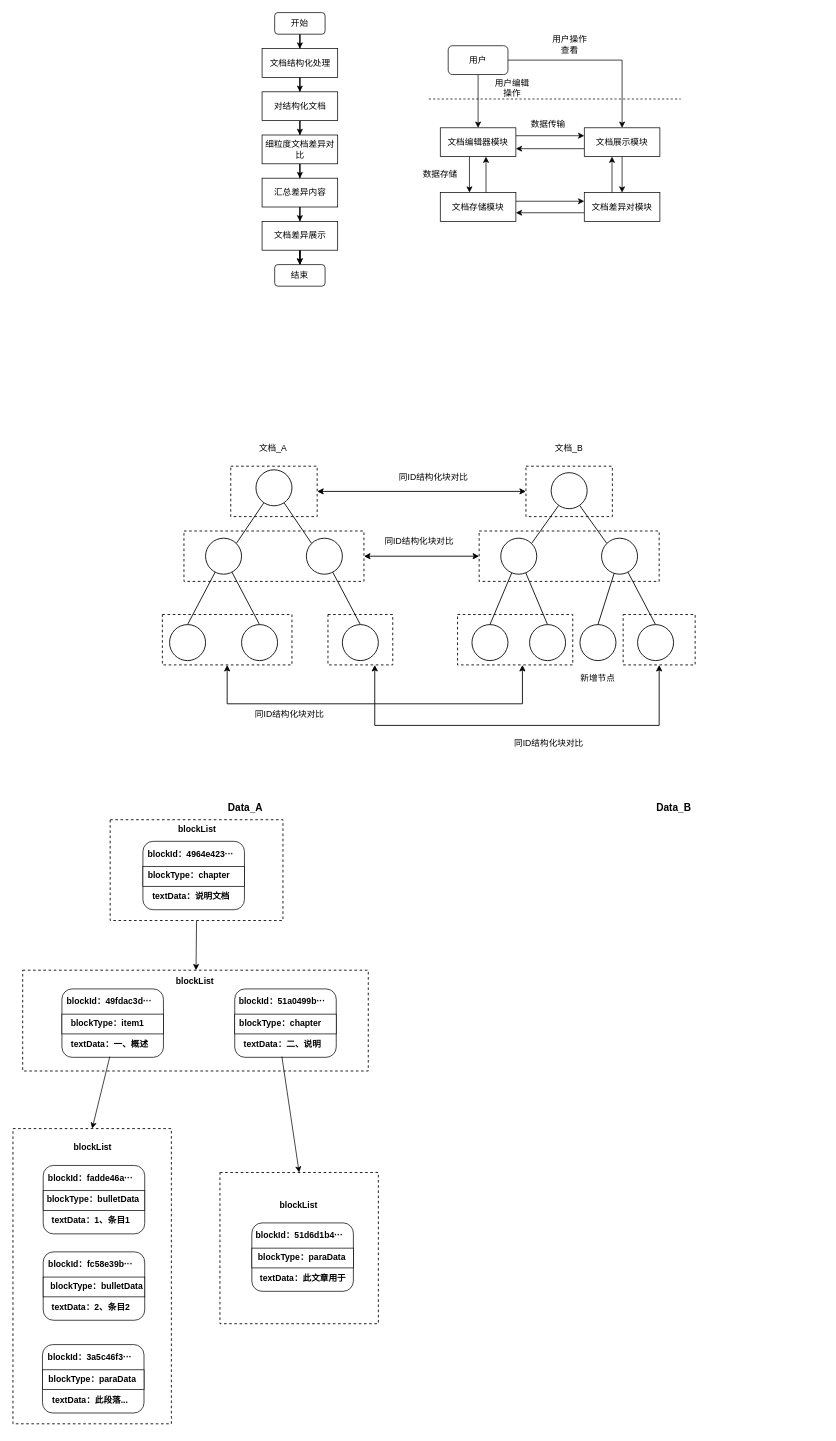
Above: 专利/文档对比专利.drawio in DemonHan/KuickBuy (draw.io), before the change. Source tidied: cells renumbered, new cells numbered last; positions are measured from the earlier drawing's top-left corner, leaving out a move shared by most shapes. Both pictures are drawn from the tidied source at 72%, with x=0, y=0 at pixel (12, 12).
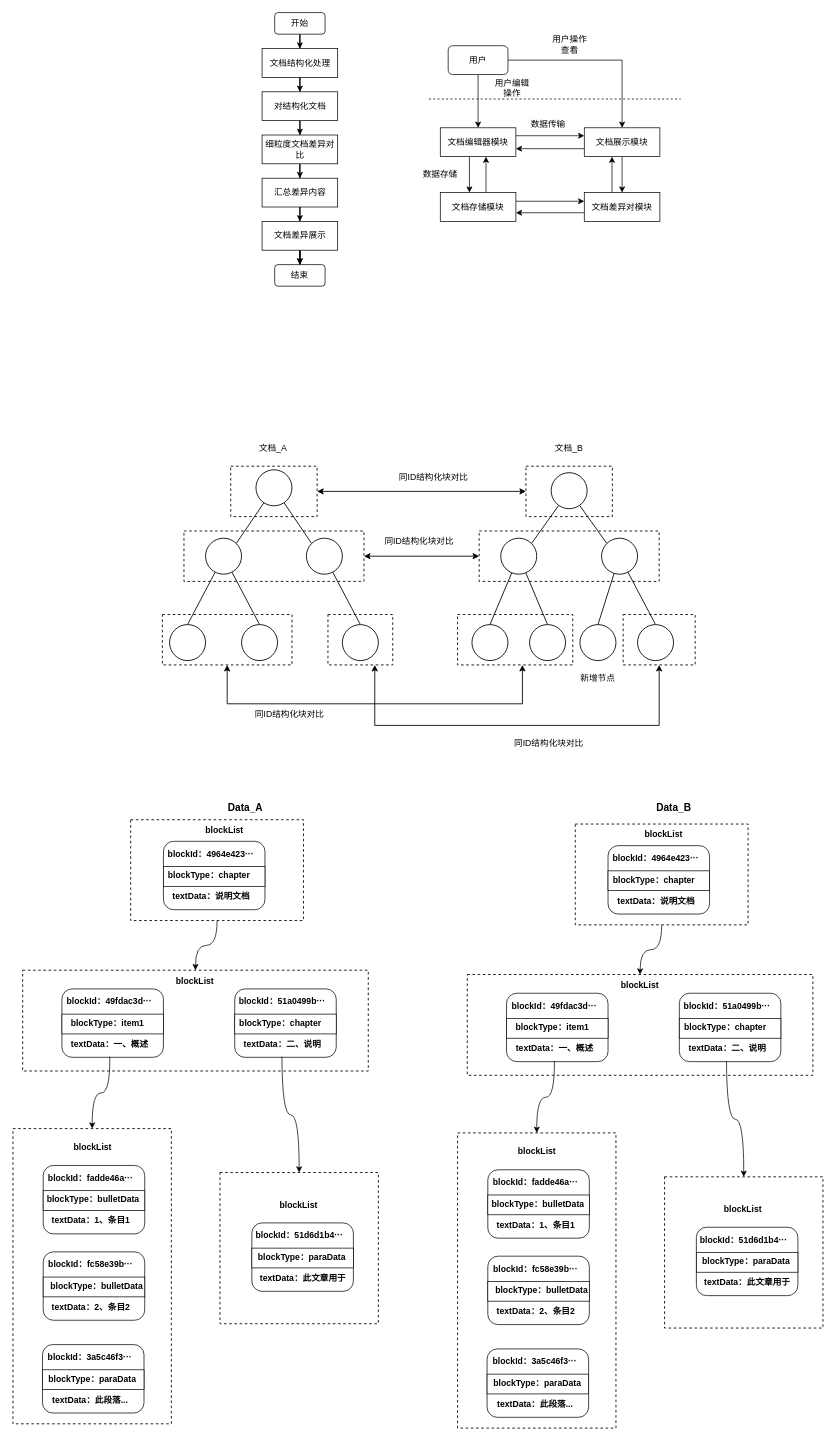
Above is the later version.

Commit message (it also covers changes not shown here):
更新文档对比专利.drawio

Unchanged cells that the change refers to:
```xml
<mxCell id="2" style="rounded=0;whiteSpace=wrap;html=1;dashed=1;strokeWidth=1.2;" parent="1" vertex="1">
  <mxGeometry x="0.5" y="1550" width="220" height="410" as="geometry" />
</mxCell>
<mxCell id="91" style="rounded=0;whiteSpace=wrap;html=1;dashed=1;strokeWidth=1.2;" parent="1" vertex="1">
  <mxGeometry x="14" y="1330" width="480" height="140" as="geometry" />
</mxCell>
<mxCell id="119" style="rounded=0;whiteSpace=wrap;html=1;dashed=1;strokeWidth=1.2;" parent="1" vertex="1">
  <mxGeometry x="288" y="1611" width="220" height="210" as="geometry" />
</mxCell>
```

The edit, as a diff of the source:
```diff
@@
-    <mxCell id="80" style="rounded=0;jettySize=auto;html=1;exitX=0.5;exitY=1;exitDx=0;exitDy=0;" parent="1" edge="1" source="81" target="91">
+    <mxCell id="80" style="rounded=0;jettySize=auto;html=1;exitX=0.5;exitY=1;exitDx=0;exitDy=0;edgeStyle=orthogonalEdgeStyle;curved=1;" parent="1" edge="1" source="81" target="91">
       <mxGeometry relative="1" as="geometry" />
     </mxCell>
     <mxCell id="81" style="rounded=0;whiteSpace=wrap;html=1;dashed=1;strokeWidth=1.2;" parent="1" vertex="1">
-      <mxGeometry x="135.5" y="1121" width="240" height="140" as="geometry" />
+      <mxGeometry x="164" y="1121" width="240" height="140" as="geometry" />
     </mxCell>
     <mxCell id="82" style="group;" parent="1" vertex="1">
-      <mxGeometry x="176.5" y="1151" width="145.5" height="95" as="geometry" />
+      <mxGeometry x="205" y="1151" width="145.5" height="95" as="geometry" />
     </mxCell>
@@
     <mxCell id="88" value="blockList" style="text;html=1;align=center;verticalAlign=middle;strokeColor=none;fillColor=none;fontStyle=1;" parent="1" vertex="1">
-      <mxGeometry x="220.5" y="1120" width="70" height="30" as="geometry" />
+      <mxGeometry x="258.5" y="1121" width="70" height="30" as="geometry" />
     </mxCell>
@@
-    <mxCell id="116" style="endArrow=classic;html=1;rounded=0;entryX=0.5;entryY=0;entryDx=0;entryDy=0;" parent="1" edge="1" target="2">
+    <mxCell id="116" style="endArrow=classic;html=1;rounded=0;entryX=0.5;entryY=0;entryDx=0;entryDy=0;edgeStyle=orthogonalEdgeStyle;curved=1;" parent="1" edge="1" target="2">
       <mxGeometry relative="1" as="geometry">
         <mxPoint x="135" y="1450" as="sourcePoint" />
       </mxGeometry>
     </mxCell>
@@
-    <mxCell id="127" style="rounded=0;jettySize=auto;html=1;entryX=0.5;entryY=0;entryDx=0;entryDy=0;" parent="1" edge="1" target="119">
+    <mxCell id="127" style="rounded=0;jettySize=auto;html=1;entryX=0.5;entryY=0;entryDx=0;entryDy=0;edgeStyle=orthogonalEdgeStyle;curved=1;" parent="1" edge="1" target="119">
       <mxGeometry relative="1" as="geometry">
         <mxPoint x="374" y="1450" as="sourcePoint" />
       </mxGeometry>
     </mxCell>
@@
+    <mxCell id="134" style="rounded=0;whiteSpace=wrap;html=1;dashed=1;strokeWidth=1.2;" parent="1" vertex="1">
+      <mxGeometry x="618" y="1556" width="220" height="410" as="geometry" />
+    </mxCell>
+    <mxCell id="135" style="rounded=0;jettySize=auto;html=1;exitX=0.5;exitY=1;exitDx=0;exitDy=0;edgeStyle=orthogonalEdgeStyle;curved=1;" parent="1" edge="1" source="136" target="144">
+      <mxGeometry relative="1" as="geometry" />
+    </mxCell>
+    <mxCell id="136" style="rounded=0;whiteSpace=wrap;html=1;dashed=1;strokeWidth=1.2;" parent="1" vertex="1">
+      <mxGeometry x="781.5" y="1127" width="240" height="140" as="geometry" />
+    </mxCell>
+    <mxCell id="137" style="group;" parent="1" vertex="1">
+      <mxGeometry x="822.5" y="1157" width="145.5" height="95" as="geometry" />
+    </mxCell>
+    <mxCell id="138" style="rounded=1;whiteSpace=wrap;html=1;" parent="137" vertex="1">
+      <mxGeometry x="4.5" width="141" height="95" as="geometry" />
+    </mxCell>
+    <mxCell id="139" style="rounded=0;whiteSpace=wrap;html=1;" parent="137" vertex="1">
+      <mxGeometry x="4.5" y="35" width="141" height="27.5" as="geometry" />
+    </mxCell>
+    <mxCell id="140" value="blockId：4964e423···" style="text;html=1;align=center;verticalAlign=middle;whiteSpace=wrap;rounded=0;fontStyle=1;" parent="137" vertex="1">
+      <mxGeometry y="2.5" width="141" height="30" as="geometry" />
+    </mxCell>
+    <mxCell id="141" value="blockType：chapter" style="text;html=1;align=center;verticalAlign=middle;whiteSpace=wrap;rounded=0;fontStyle=1;" parent="137" vertex="1">
+      <mxGeometry x="8.2" y="32.5" width="120" height="30" as="geometry" />
+    </mxCell>
+    <mxCell id="142" value="textData：说明文档" style="text;html=1;align=center;verticalAlign=middle;whiteSpace=wrap;rounded=0;fontStyle=1;" parent="137" vertex="1">
+      <mxGeometry x="11.2" y="61.5" width="120" height="30" as="geometry" />
+    </mxCell>
+    <mxCell id="143" value="blockList" style="text;html=1;align=center;verticalAlign=middle;strokeColor=none;fillColor=none;fontStyle=1;" parent="1" vertex="1">
+      <mxGeometry x="869" y="1127" width="70" height="30" as="geometry" />
+    </mxCell>
+    <mxCell id="144" style="rounded=0;whiteSpace=wrap;html=1;dashed=1;strokeWidth=1.2;" parent="1" vertex="1">
+      <mxGeometry x="631.5" y="1336" width="480" height="140" as="geometry" />
+    </mxCell>
+    <mxCell id="145" style="group;" parent="1" vertex="1">
+      <mxGeometry x="681.5" y="1362" width="145.5" height="95" as="geometry" />
+    </mxCell>
+    <mxCell id="146" style="rounded=1;whiteSpace=wrap;html=1;" parent="145" vertex="1">
+      <mxGeometry x="4.5" width="141" height="95" as="geometry" />
+    </mxCell>
+    <mxCell id="147" style="rounded=0;whiteSpace=wrap;html=1;" parent="145" vertex="1">
+      <mxGeometry x="4.5" y="35" width="141" height="27.5" as="geometry" />
+    </mxCell>
+    <mxCell id="148" value="blockId：49fdac3d···" style="text;html=1;align=center;verticalAlign=middle;whiteSpace=wrap;rounded=0;fontStyle=1;" parent="145" vertex="1">
+      <mxGeometry y="2.5" width="141" height="30" as="geometry" />
+    </mxCell>
+    <mxCell id="149" value="blockType：item1" style="text;html=1;align=center;verticalAlign=middle;whiteSpace=wrap;rounded=0;fontStyle=1;" parent="145" vertex="1">
+      <mxGeometry x="8.2" y="32.5" width="120" height="30" as="geometry" />
+    </mxCell>
+    <mxCell id="150" value="textData：一、概述" style="text;html=1;align=center;verticalAlign=middle;whiteSpace=wrap;rounded=0;fontStyle=1;" parent="145" vertex="1">
+      <mxGeometry x="11.2" y="61.5" width="120" height="30" as="geometry" />
+    </mxCell>
+    <mxCell id="151" style="group;" parent="1" vertex="1">
+      <mxGeometry x="655.5" y="1727.2" width="150" height="95" as="geometry" />
+    </mxCell>
+    <mxCell id="152" style="rounded=1;whiteSpace=wrap;html=1;" parent="151" vertex="1">
+      <mxGeometry x="4.5" width="141" height="95" as="geometry" />
+    </mxCell>
+    <mxCell id="153" style="rounded=0;whiteSpace=wrap;html=1;" parent="151" vertex="1">
+      <mxGeometry x="4.5" y="35" width="141" height="27.5" as="geometry" />
+    </mxCell>
+    <mxCell id="154" value="blockId：fc58e39b···" style="text;html=1;align=center;verticalAlign=middle;whiteSpace=wrap;rounded=0;fontStyle=1;" parent="151" vertex="1">
+      <mxGeometry y="2.5" width="141" height="30" as="geometry" />
+    </mxCell>
+    <mxCell id="155" value="blockType：bulletData" style="text;html=1;align=center;verticalAlign=middle;whiteSpace=wrap;rounded=0;fontStyle=1;" parent="151" vertex="1">
+      <mxGeometry x="8.2" y="32.5" width="141.8" height="30" as="geometry" />
+    </mxCell>
+    <mxCell id="156" value="textData：2、条目2" style="text;html=1;align=center;verticalAlign=middle;whiteSpace=wrap;rounded=0;fontStyle=1;" parent="151" vertex="1">
+      <mxGeometry x="11.2" y="61.5" width="120" height="30" as="geometry" />
+    </mxCell>
+    <mxCell id="157" style="group;" parent="1" vertex="1">
+      <mxGeometry x="921.5" y="1362" width="145.5" height="95" as="geometry" />
+    </mxCell>
+    <mxCell id="158" style="rounded=1;whiteSpace=wrap;html=1;" parent="157" vertex="1">
+      <mxGeometry x="4.5" width="141" height="95" as="geometry" />
+    </mxCell>
+    <mxCell id="159" style="rounded=0;whiteSpace=wrap;html=1;" parent="157" vertex="1">
+      <mxGeometry x="4.5" y="35" width="141" height="27.5" as="geometry" />
+    </mxCell>
+    <mxCell id="160" value="blockId：51a0499b···" style="text;html=1;align=center;verticalAlign=middle;whiteSpace=wrap;rounded=0;fontStyle=1;" parent="157" vertex="1">
+      <mxGeometry y="2.5" width="141" height="30" as="geometry" />
+    </mxCell>
+    <mxCell id="161" value="blockType：chapter" style="text;html=1;align=center;verticalAlign=middle;whiteSpace=wrap;rounded=0;fontStyle=1;" parent="157" vertex="1">
+      <mxGeometry x="8.2" y="32.5" width="120" height="30" as="geometry" />
+    </mxCell>
+    <mxCell id="162" value="textData：二、说明" style="text;html=1;align=center;verticalAlign=middle;whiteSpace=wrap;rounded=0;fontStyle=1;" parent="157" vertex="1">
+      <mxGeometry x="11.2" y="61.5" width="120" height="30" as="geometry" />
+    </mxCell>
+    <mxCell id="163" style="group;" parent="1" vertex="1">
+      <mxGeometry x="655.5" y="1607.2" width="145.5" height="95" as="geometry" />
+    </mxCell>
+    <mxCell id="164" style="rounded=1;whiteSpace=wrap;html=1;" parent="163" vertex="1">
+      <mxGeometry x="4.5" width="141" height="95" as="geometry" />
+    </mxCell>
+    <mxCell id="165" style="rounded=0;whiteSpace=wrap;html=1;" parent="163" vertex="1">
+      <mxGeometry x="4.5" y="35" width="141" height="27.5" as="geometry" />
+    </mxCell>
+    <mxCell id="166" value="blockId：fadde46a···" style="text;html=1;align=center;verticalAlign=middle;whiteSpace=wrap;rounded=0;fontStyle=1;" parent="163" vertex="1">
+      <mxGeometry y="2.5" width="141" height="30" as="geometry" />
+    </mxCell>
+    <mxCell id="167" value="blockType：bulletData" style="text;html=1;align=center;verticalAlign=middle;whiteSpace=wrap;rounded=0;fontStyle=1;" parent="163" vertex="1">
+      <mxGeometry x="8.2" y="32.5" width="131.8" height="30" as="geometry" />
+    </mxCell>
+    <mxCell id="168" value="textData：1、条目1" style="text;html=1;align=center;verticalAlign=middle;whiteSpace=wrap;rounded=0;fontStyle=1;" parent="163" vertex="1">
+      <mxGeometry x="11.2" y="61.5" width="120" height="30" as="geometry" />
+    </mxCell>
+    <mxCell id="169" style="endArrow=classic;html=1;rounded=0;entryX=0.5;entryY=0;entryDx=0;entryDy=0;edgeStyle=orthogonalEdgeStyle;curved=1;" parent="1" edge="1" target="134">
+      <mxGeometry relative="1" as="geometry">
+        <mxPoint x="752.5" y="1456" as="sourcePoint" />
+      </mxGeometry>
+    </mxCell>
+    <mxCell id="170" value="blockList" style="text;html=1;align=center;verticalAlign=middle;strokeColor=none;fillColor=none;fontStyle=1;" parent="1" vertex="1">
+      <mxGeometry x="835.5" y="1336" width="70" height="30" as="geometry" />
+    </mxCell>
+    <mxCell id="171" value="blockList" style="text;html=1;align=center;verticalAlign=middle;strokeColor=none;fillColor=none;fontStyle=1;" parent="1" vertex="1">
+      <mxGeometry x="693" y="1567.2" width="70" height="30" as="geometry" />
+    </mxCell>
+    <mxCell id="172" style="rounded=0;whiteSpace=wrap;html=1;dashed=1;strokeWidth=1.2;" parent="1" vertex="1">
+      <mxGeometry x="905.5" y="1617" width="220" height="210" as="geometry" />
+    </mxCell>
+    <mxCell id="173" style="group;" parent="1" vertex="1">
+      <mxGeometry x="945.2" y="1687" width="145.5" height="95" as="geometry" />
+    </mxCell>
+    <mxCell id="174" style="rounded=1;whiteSpace=wrap;html=1;" parent="173" vertex="1">
+      <mxGeometry x="4.5" width="141" height="95" as="geometry" />
+    </mxCell>
+    <mxCell id="175" style="rounded=0;whiteSpace=wrap;html=1;" parent="173" vertex="1">
+      <mxGeometry x="4.5" y="35" width="141" height="27.5" as="geometry" />
+    </mxCell>
+    <mxCell id="176" value="blockId：51d6d1b4···" style="text;html=1;align=center;verticalAlign=middle;whiteSpace=wrap;rounded=0;fontStyle=1;" parent="173" vertex="1">
+      <mxGeometry y="2.5" width="141" height="30" as="geometry" />
+    </mxCell>
+    <mxCell id="177" value="blockType：paraData" style="text;html=1;align=center;verticalAlign=middle;whiteSpace=wrap;rounded=0;fontStyle=1;" parent="173" vertex="1">
+      <mxGeometry x="8.2" y="32.5" width="131.8" height="30" as="geometry" />
+    </mxCell>
+    <mxCell id="178" value="textData：此文章用于" style="text;html=1;align=center;verticalAlign=middle;whiteSpace=wrap;rounded=0;fontStyle=1;" parent="173" vertex="1">
+      <mxGeometry x="11.2" y="61.5" width="128.8" height="30" as="geometry" />
+    </mxCell>
+    <mxCell id="179" value="blockList" style="text;html=1;align=center;verticalAlign=middle;strokeColor=none;fillColor=none;fontStyle=1;" parent="1" vertex="1">
+      <mxGeometry x="979.2" y="1648" width="70" height="30" as="geometry" />
+    </mxCell>
+    <mxCell id="180" style="rounded=0;jettySize=auto;html=1;entryX=0.5;entryY=0;entryDx=0;entryDy=0;edgeStyle=orthogonalEdgeStyle;curved=1;" parent="1" edge="1" target="172">
+      <mxGeometry relative="1" as="geometry">
+        <mxPoint x="991.5" y="1456" as="sourcePoint" />
+      </mxGeometry>
+    </mxCell>
+    <mxCell id="181" style="group;" parent="1" vertex="1">
+      <mxGeometry x="654.5" y="1856" width="145.5" height="95" as="geometry" />
+    </mxCell>
+    <mxCell id="182" style="rounded=1;whiteSpace=wrap;html=1;" parent="181" vertex="1">
+      <mxGeometry x="4.5" width="141" height="95" as="geometry" />
+    </mxCell>
+    <mxCell id="183" style="rounded=0;whiteSpace=wrap;html=1;" parent="181" vertex="1">
+      <mxGeometry x="4.5" y="35" width="141" height="27.5" as="geometry" />
+    </mxCell>
+    <mxCell id="184" value="blockId：3a5c46f3···" style="text;html=1;align=center;verticalAlign=middle;whiteSpace=wrap;rounded=0;fontStyle=1;" parent="181" vertex="1">
+      <mxGeometry y="2.5" width="141" height="30" as="geometry" />
+    </mxCell>
+    <mxCell id="185" value="blockType：paraData" style="text;html=1;align=center;verticalAlign=middle;whiteSpace=wrap;rounded=0;fontStyle=1;" parent="181" vertex="1">
+      <mxGeometry x="8.2" y="32.5" width="131.8" height="30" as="geometry" />
+    </mxCell>
+    <mxCell id="186" value="textData：此段落..." style="text;html=1;align=center;verticalAlign=middle;whiteSpace=wrap;rounded=0;fontStyle=1;" parent="181" vertex="1">
+      <mxGeometry x="11.2" y="61.5" width="120" height="30" as="geometry" />
+    </mxCell>
```
